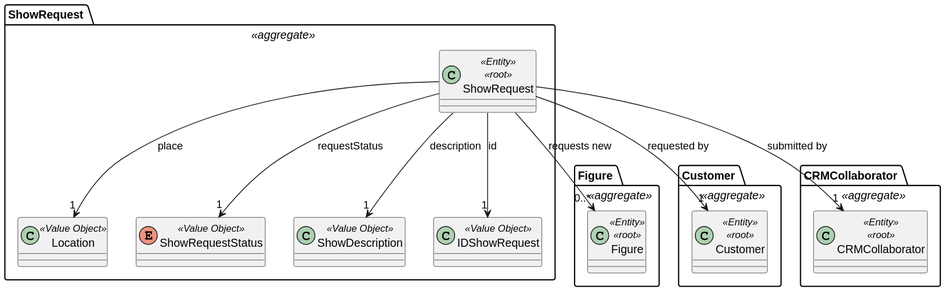
Before: docs/global_artifacts/analysis/images/domain_model_show_request.svg, a diagram exported from PlantUML (diogoveirospro/sem4pi-2024-2025-sem4pi_2024_2025_g44).
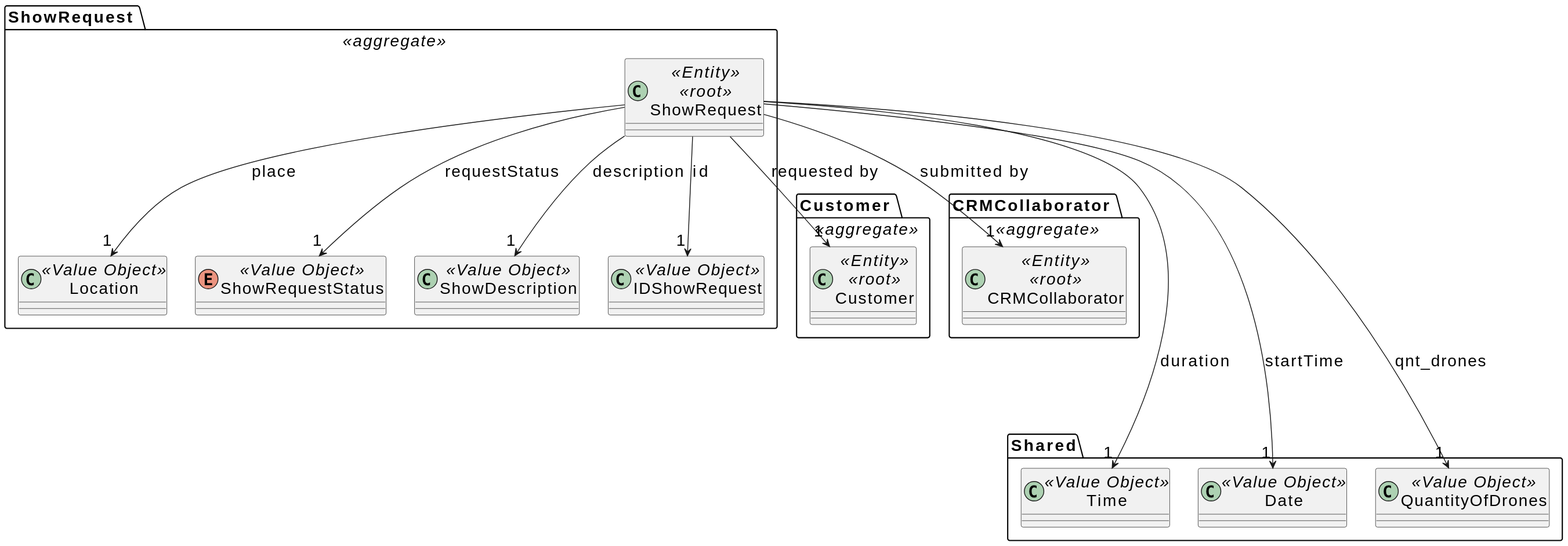
After the change.

What changed in the source:
```diff
@@ -1,4 +1,18 @@
 @startuml
+skinparamlocked defaultFontSize 20
+
+package "Customer " <<aggregate>> {
+    class Customer <<Entity>> <<root>>{
+    }
+
+}
+
+package "CRMCollaborator " <<aggregate>> {
+
+    class CRMCollaborator <<Entity>> <<root>>{
+    }
+}
+
 package "ShowRequest " <<aggregate>>{
 
     class Location <<Value Object>>{
@@ -17,32 +31,27 @@
     }
 
     ShowRequest --> "1" ShowDescription : description
+    ShowRequest --> "1" CRMCollaborator : submitted by
+    ShowRequest --> "1" Customer: requested by
     ShowRequest --> "1" Location: place
     ShowRequest --> "1" ShowRequestStatus: requestStatus
     ShowRequest --> "1"IDShowRequest: id
 }
 
-package "Figure " <<aggregate>> {
+package Shared {
 
-    class Figure <<Entity>> <<root>>{
+    class Time <<Value Object>>{
     }
 
-    ShowRequest --> "0..*" Figure : requests new
-}
-
-package "Customer " <<aggregate>> {
-    class Customer <<Entity>> <<root>>{
+    class Date <<Value Object>>{
     }
 
-    ShowRequest --> "1" Customer: requested by
+    class QuantityOfDrones <<Value Object>>{
+    }
+
+    ShowRequest ----> "1" Time : duration
+    ShowRequest ----> "1" Date : startTime
+    ShowRequest ----> "1" QuantityOfDrones: qnt_drones
 
 }
-
-package "CRMCollaborator " <<aggregate>> {
-
-    class CRMCollaborator <<Entity>> <<root>>{
-    }
-
-    ShowRequest --> "1" CRMCollaborator : submitted by
-}
 @enduml
```
